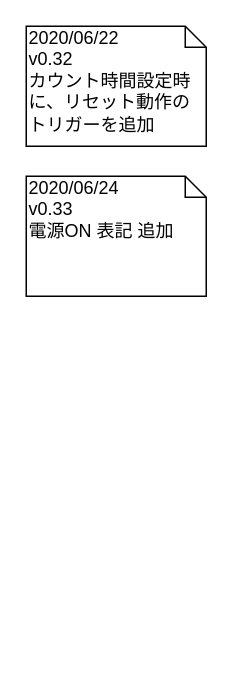
Earlier version of the draw.io diagram page "変更履歴" (2 of 2) of 資料/設計/状態遷移/old/状態遷移図v0.4.drawio (hakohumi/comp.Kitchen_Timer). Source tidied: cells renumbered, new cells numbered last; positions are measured from the earlier drawing's top-left corner, leaving out a move shared by most shapes. Both pictures are drawn from the tidied source at 150%, with x=0, y=0 at pixel (26, 26).
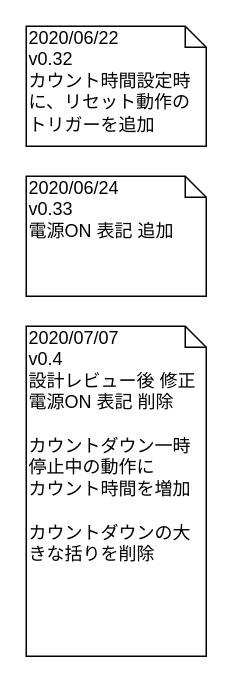
The same page after the edit.

The edit, as a diff of the source:
```diff
@@
 <mxGraphModel>
   <root>
     <mxCell id="0" />
     <mxCell id="1" parent="0" />
     <mxCell id="2" value="2020/06/22&lt;br&gt;v0.32&lt;br&gt;カウント時間設定時に、リセット動作のトリガーを追加" style="shape=note;whiteSpace=wrap;html=1;size=14;verticalAlign=top;align=left;spacingTop=-6;" parent="1" vertex="1">
       <mxGeometry width="120" height="80" as="geometry" />
     </mxCell>
     <mxCell id="3" value="2020/06/24&lt;br&gt;v0.33&lt;br&gt;電源ON 表記 追加" style="shape=note;whiteSpace=wrap;html=1;size=14;verticalAlign=top;align=left;spacingTop=-6;" parent="1" vertex="1">
       <mxGeometry y="100" width="120" height="80" as="geometry" />
     </mxCell>
+    <mxCell id="4" value="2020/07/07&lt;br&gt;v0.4&lt;br&gt;設計レビュー後 修正&lt;br&gt;電源ON 表記 削除&lt;br&gt;&lt;br&gt;カウントダウン一時停止中の動作に&lt;br&gt;カウント時間を増加&lt;br&gt;&lt;br&gt;カウントダウンの大きな括りを削除" style="shape=note;whiteSpace=wrap;html=1;size=14;verticalAlign=top;align=left;spacingTop=-6;" parent="1" vertex="1">
+      <mxGeometry y="200" width="120" height="220" as="geometry" />
+    </mxCell>
   </root>
 </mxGraphModel>
```
